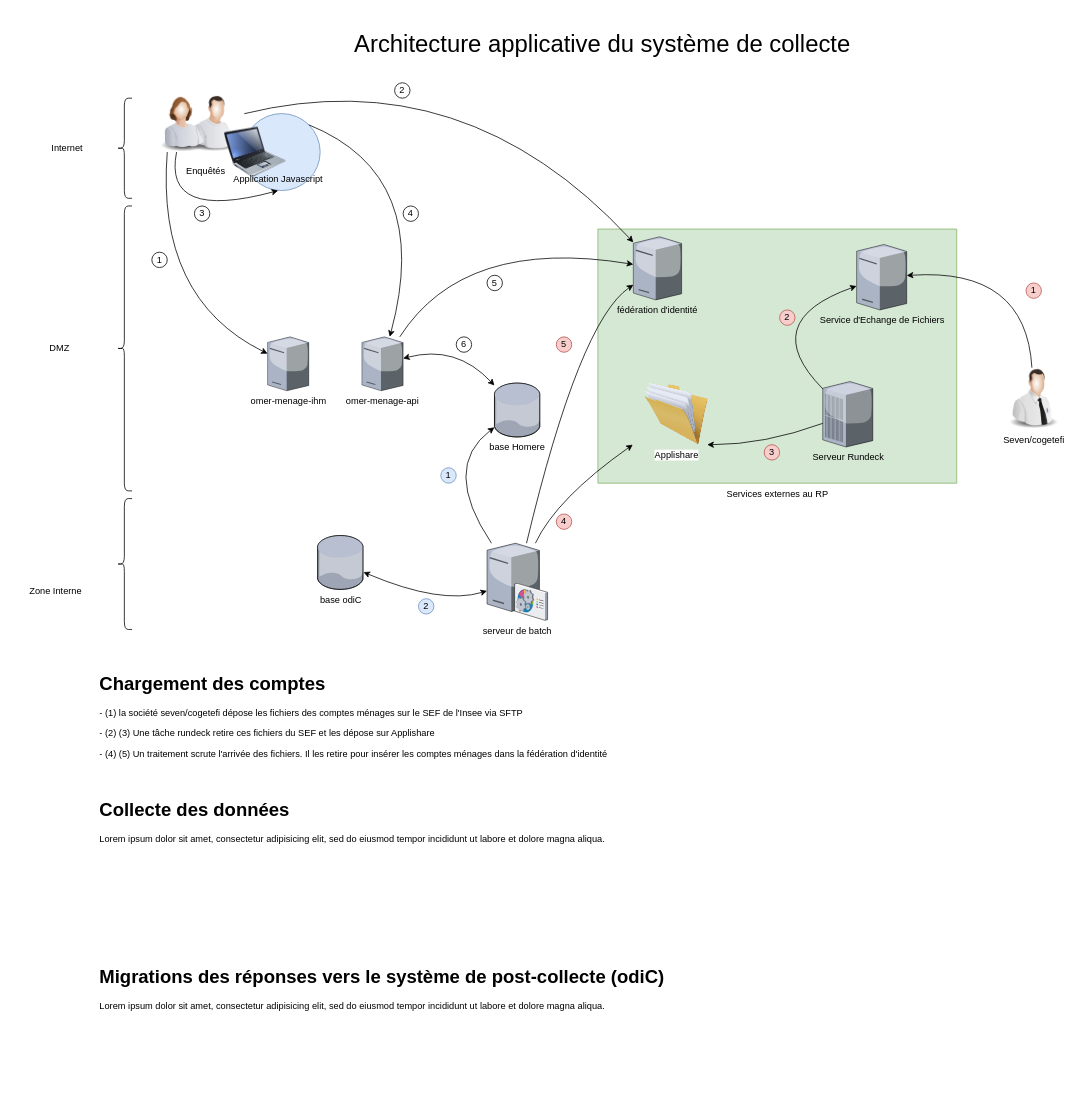
Before: Diagramme sans nom.drawio in renaud23/drawio, a draw.io diagram. Source tidied: cells renumbered, new cells numbered last; positions are measured from the earlier drawing's top-left corner, leaving out a move shared by most shapes. Both pictures are drawn from the tidied source at 77%, with x=0, y=0 at pixel (13, 13).
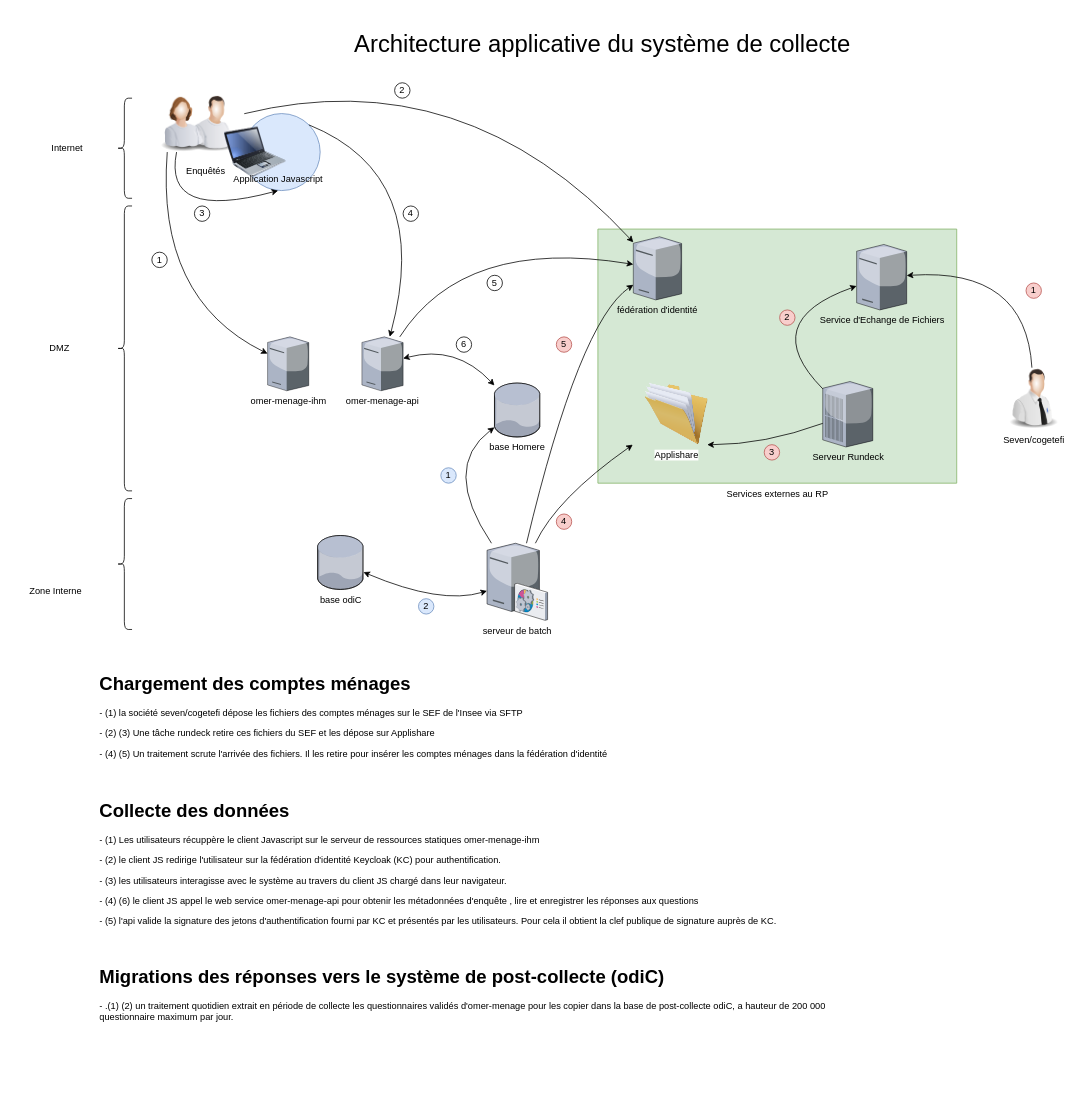
Above is the later version.

Commit message:
Mettre à jour Diagramme sans nom.drawio

What changed in the source:
```diff
@@
-    <mxCell id="59" value="&lt;h1 style=&quot;margin-top: 0px;&quot;&gt;Chargement des comptes&lt;/h1&gt;&lt;p&gt;- (1) la société seven/cogetefi dépose les fichiers des comptes ménages sur le SEF de l'Insee via SFTP&lt;/p&gt;&lt;p&gt;- (2) (3) Une tâche rundeck retire ces fichiers du SEF et les dépose sur Applishare&amp;nbsp;&lt;/p&gt;&lt;p&gt;- (4) (5) Un traitement scrute l'arrivée des fichiers. Il les retire pour insérer les comptes ménages dans la fédération d'identité&lt;/p&gt;&lt;p&gt;&lt;br&gt;&lt;/p&gt;" style="text;html=1;whiteSpace=wrap;overflow=hidden;rounded=0;" parent="1" vertex="1">
+    <mxCell id="59" value="&lt;h1 style=&quot;margin-top: 0px;&quot;&gt;Chargement des comptes ménages&lt;/h1&gt;&lt;p&gt;- (1) la société seven/cogetefi dépose les fichiers des comptes ménages sur le SEF de l'Insee via SFTP&lt;/p&gt;&lt;p&gt;- (2) (3) Une tâche rundeck retire ces fichiers du SEF et les dépose sur Applishare&amp;nbsp;&lt;/p&gt;&lt;p&gt;- (4) (5) Un traitement scrute l'arrivée des fichiers. Il les retire pour insérer les comptes ménages dans la fédération d'identité&lt;/p&gt;&lt;p&gt;&lt;br&gt;&lt;/p&gt;" style="text;html=1;whiteSpace=wrap;overflow=hidden;rounded=0;" parent="1" vertex="1">
       <mxGeometry x="110" y="850" width="1205" height="130" as="geometry" />
     </mxCell>
-    <mxCell id="60" value="&lt;h1 style=&quot;margin-top: 0px;&quot;&gt;Collecte des données&lt;/h1&gt;&lt;p&gt;Lorem ipsum dolor sit amet, consectetur adipisicing elit, sed do eiusmod tempor incididunt ut labore et dolore magna aliqua.&lt;/p&gt;" style="text;html=1;whiteSpace=wrap;overflow=hidden;rounded=0;" parent="1" vertex="1">
-      <mxGeometry x="110" y="1014" width="1205" height="190" as="geometry" />
+    <mxCell id="60" value="&lt;h1 style=&quot;margin-top: 0px;&quot;&gt;Collecte des données&lt;/h1&gt;&lt;p&gt;- (1) Les utilisateurs récuppère le client Javascript sur le serveur de ressources statiques omer-menage-ihm&lt;/p&gt;&lt;p&gt;- (2) le client JS redirige l'utilisateur sur la fédération d'identité Keycloak (KC) pour authentification.&lt;/p&gt;&lt;p&gt;- (3) les utilisateurs interagisse avec le système au travers du client JS chargé dans leur navigateur.&lt;/p&gt;&lt;p&gt;- (4) (6) le client JS appel le web service omer-menage-api pour obtenir les métadonnées d'enquête , lire et enregistrer les réponses aux questions&lt;/p&gt;&lt;p&gt;- (5) l'api valide la signature des jetons d'authentification fourni par KC et présentés par les utilisateurs. Pour cela il obtient la clef publique de signature auprès de KC.&lt;/p&gt;&lt;p&gt;&lt;br&gt;&lt;/p&gt;" style="text;html=1;whiteSpace=wrap;overflow=hidden;rounded=0;" parent="1" vertex="1">
+      <mxGeometry x="110" y="1015" width="1205" height="190" as="geometry" />
     </mxCell>
-    <mxCell id="61" value="&lt;h1 style=&quot;margin-top: 0px;&quot;&gt;Migrations des réponses vers le système de post-collecte (odiC)&lt;/h1&gt;&lt;p&gt;Lorem ipsum dolor sit amet, consectetur adipisicing elit, sed do eiusmod tempor incididunt ut labore et dolore magna aliqua.&lt;/p&gt;" style="text;html=1;whiteSpace=wrap;overflow=hidden;rounded=0;" parent="1" vertex="1">
-      <mxGeometry x="110" y="1230" width="965" height="160" as="geometry" />
+    <mxCell id="61" value="&lt;h1 style=&quot;margin-top: 0px;&quot;&gt;Migrations des réponses vers le système de post-collecte (odiC)&lt;/h1&gt;&lt;p&gt;- .(1) (2) un traitement quotidien extrait en période de collecte les questionnaires validés d'omer-menage pour les copier dans la base de post-collecte odiC, a hauteur de 200 000 questionnaire maximum par jour.&lt;/p&gt;" style="text;html=1;whiteSpace=wrap;overflow=hidden;rounded=0;" parent="1" vertex="1">
+      <mxGeometry x="110" y="1231" width="965" height="89" as="geometry" />
     </mxCell>
```
